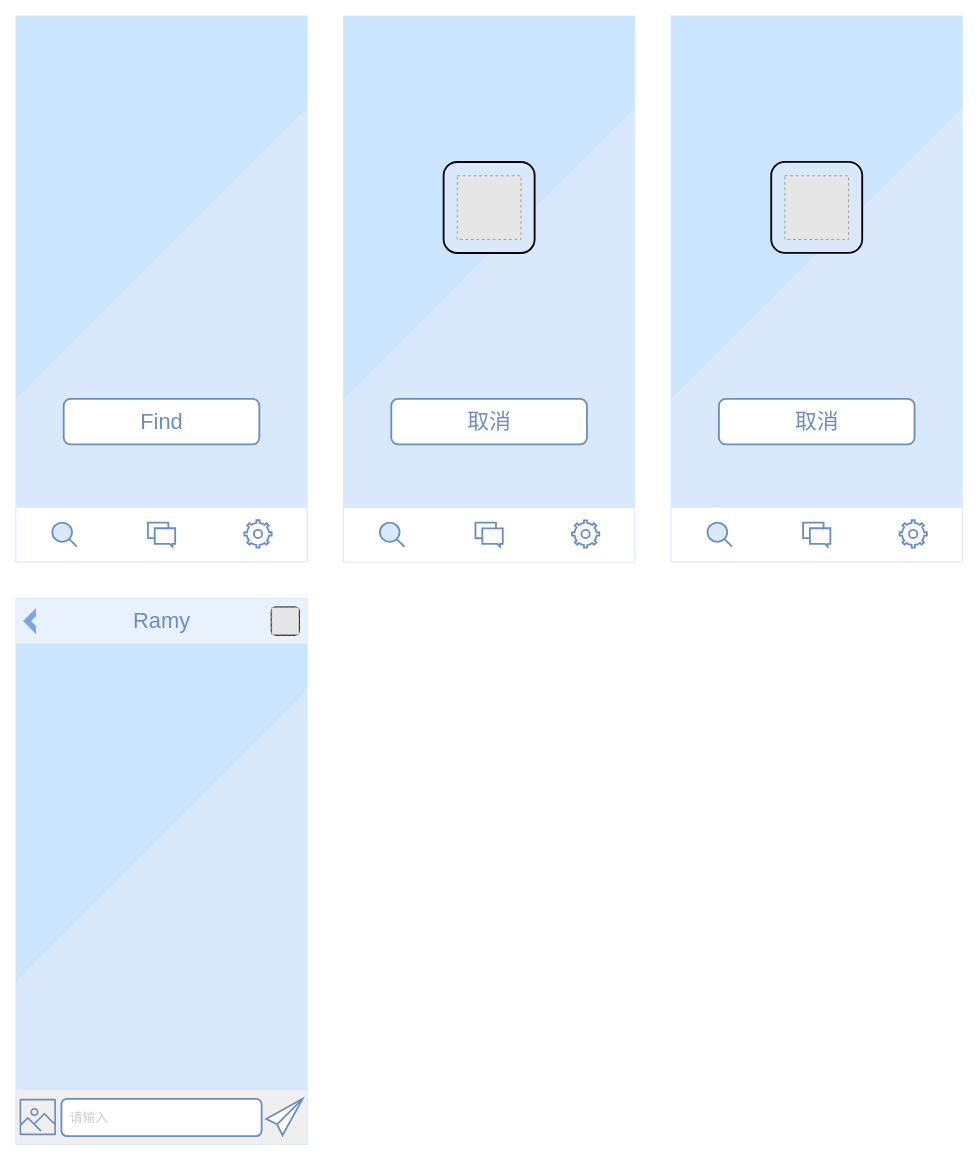
The draw.io diagram 未命名绘图.drawio in SikyChen/diagrams, before the edit. Source tidied: cells renumbered, new cells numbered last; positions are measured from the earlier drawing's top-left corner, leaving out a move shared by most shapes. Both pictures are drawn from the tidied source at 91%, with x=0, y=0 at pixel (15, 15). Pictures stored in the file or linked from it are replaced by grey dashed boxes.
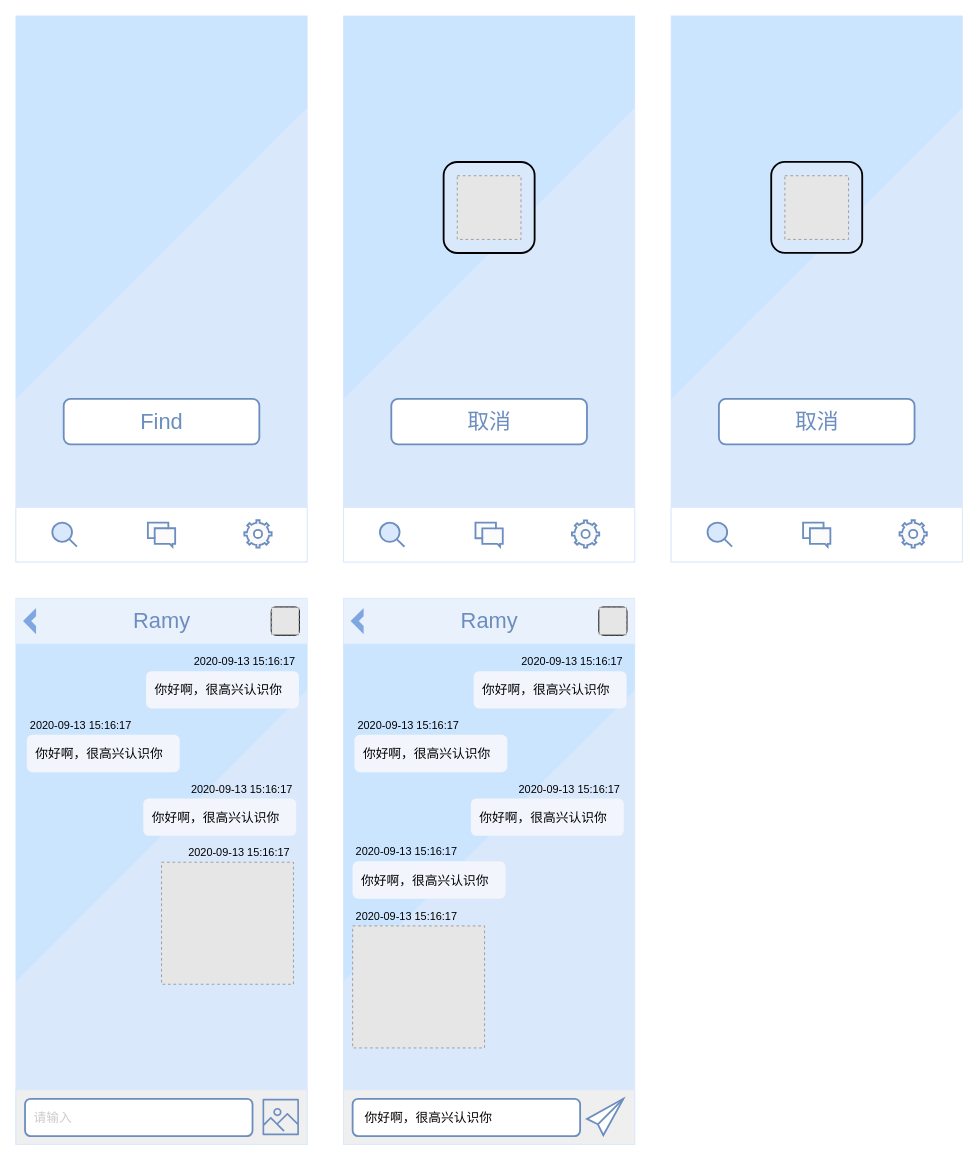
The same page after the edit.

Commit message:
更新未命名绘图.drawio

Diff of the diagram source:
```diff
@@
-    <mxCell id="36" style="sketch=0;fontColor=#232F3E;gradientColor=none;fillColor=#6C8EBF;strokeColor=none;dashed=0;verticalLabelPosition=bottom;verticalAlign=top;align=center;html=1;fontSize=12;fontStyle=0;shape=mxgraph.aws4.container_registry_image;rounded=0;" parent="1" vertex="1">
-      <mxGeometry x="4" y="1190" width="40" height="40" as="geometry" />
-    </mxCell>
     <mxCell id="37" value="&amp;nbsp; 请输入" style="rounded=1;whiteSpace=wrap;html=1;sketch=0;fontSize=14;fontColor=#CCCCCC;strokeColor=#6C8EBF;strokeWidth=2;fillColor=#ffffff;gradientColor=none;align=left;" parent="1" vertex="1">
-      <mxGeometry x="50" y="1190" width="220" height="41" as="geometry" />
+      <mxGeometry x="10" y="1190" width="250" height="41" as="geometry" />
     </mxCell>
-    <mxCell id="38" style="html=1;verticalLabelPosition=bottom;align=center;labelBackgroundColor=#ffffff;verticalAlign=top;strokeWidth=2;strokeColor=#6C8EBF;shadow=0;dashed=0;shape=mxgraph.ios7.icons.pointer;rounded=0;sketch=0;fontSize=24;fontColor=#6C8EBF;fillColor=#ffffff;gradientColor=none;" parent="1" vertex="1">
-      <mxGeometry x="275" y="1190" width="40" height="40" as="geometry" />
-    </mxCell>
+    <mxCell id="39" style="rounded=0;whiteSpace=wrap;html=1;strokeColor=#DAE8FC;fillColor=#DAE8FC;" parent="1" vertex="1">
+      <mxGeometry x="360" y="640" width="320" height="600" as="geometry" />
+    </mxCell>
+    <mxCell id="40" style="shape=card;whiteSpace=wrap;html=1;rounded=0;sketch=0;fontSize=24;fontColor=#A6ABBF;strokeColor=none;strokeWidth=2;fillColor=#CCE5FF;gradientColor=none;rotation=-180;size=340;" parent="1" vertex="1">
+      <mxGeometry x="360" y="640.1" width="320" height="420.9" as="geometry" />
+    </mxCell>
+    <mxCell id="41" style="rounded=0;whiteSpace=wrap;html=1;fontSize=16;strokeColor=#DAE8FC;fillColor=#efefef;" parent="1" vertex="1">
+      <mxGeometry x="360" y="1180" width="320" height="60" as="geometry" />
+    </mxCell>
+    <mxCell id="42" style="rounded=0;whiteSpace=wrap;html=1;sketch=0;fontSize=24;fontColor=#A6ABBF;strokeColor=none;strokeWidth=0;fillColor=#E8F1FC;gradientColor=none;" parent="1" vertex="1">
+      <mxGeometry x="360" y="640.1" width="320" height="49.9" as="geometry" />
+    </mxCell>
+    <mxCell id="43" value="&lt;font color=&quot;#6c8ebf&quot;&gt;Ramy&lt;/font&gt;" style="text;html=1;align=center;verticalAlign=middle;strokeColor=none;fillColor=none;fontSize=24;fontColor=#A6ABBF;" parent="1" vertex="1">
+      <mxGeometry x="475" y="645" width="90" height="40" as="geometry" />
+    </mxCell>
+    <mxCell id="44" style="verticalLabelPosition=bottom;verticalAlign=top;html=1;shape=mxgraph.basic.frame_corner;dx=6.24;rounded=0;sketch=0;fontSize=24;fontColor=#6C8EBF;strokeColor=#6C8EBF;strokeWidth=0;fillColor=#7EA6E0;gradientColor=none;rotation=-135;direction=south;" parent="1" vertex="1">
+      <mxGeometry x="372" y="655" width="20" height="20" as="geometry" />
+    </mxCell>
+    <mxCell id="45" style="group;" parent="1" vertex="1">
+      <mxGeometry x="641" y="650" width="30" height="30" as="geometry" />
+    </mxCell>
+    <mxCell id="46" style="rounded=1;whiteSpace=wrap;html=1;sketch=0;fontSize=24;fontColor=#A6ABBF;strokeColor=default;strokeWidth=2;fillColor=#DAE8FC;gradientColor=none;" parent="45" vertex="1">
+      <mxGeometry width="30" height="30" as="geometry" />
+    </mxCell>
+    <mxCell id="47" style="fillColor=#E6E6E6;strokeColor=#999999;dashed=1;html=1;verticalAlign=top;verticalLabelPosition=bottom;labelBackgroundColor=#ffffff;fontSize=24;fontColor=#A6ABBF;" parent="45" vertex="1">
+      <mxGeometry width="30" height="30" as="geometry" />
+    </mxCell>
+    <mxCell id="48" value="&amp;nbsp; &amp;nbsp;你好啊，很高兴认识你" style="rounded=1;whiteSpace=wrap;html=1;sketch=0;fontSize=14;fontColor=#000000;strokeColor=#6C8EBF;strokeWidth=2;fillColor=#ffffff;gradientColor=none;align=left;" parent="1" vertex="1">
+      <mxGeometry x="370" y="1190" width="250" height="41" as="geometry" />
+    </mxCell>
+    <mxCell id="49" style="html=1;verticalLabelPosition=bottom;align=center;labelBackgroundColor=#ffffff;verticalAlign=top;strokeWidth=2;strokeColor=#6C8EBF;shadow=0;dashed=0;shape=mxgraph.ios7.icons.pointer;rounded=0;sketch=0;fontSize=24;fontColor=#6C8EBF;fillColor=#ffffff;gradientColor=none;" parent="1" vertex="1">
+      <mxGeometry x="627.5" y="1190" width="40" height="40" as="geometry" />
+    </mxCell>
+    <mxCell id="50" style="sketch=0;fontColor=#232F3E;gradientColor=none;fillColor=#6C8EBF;strokeColor=none;dashed=0;verticalLabelPosition=bottom;verticalAlign=top;align=center;html=1;fontSize=12;fontStyle=0;shape=mxgraph.aws4.container_registry_image;rounded=0;" parent="1" vertex="1">
+      <mxGeometry x="271" y="1190" width="40" height="40" as="geometry" />
+    </mxCell>
+    <mxCell id="51" style="group;" parent="1" vertex="1">
+      <mxGeometry x="143" y="700" width="168" height="61" as="geometry" />
+    </mxCell>
+    <mxCell id="52" value="&amp;nbsp; 你好啊，很高兴认识你" style="rounded=1;whiteSpace=wrap;html=1;sketch=0;fontSize=14;fontColor=#000000;strokeColor=none;strokeWidth=1;fillColor=#F2F6FC;gradientColor=none;align=left;" parent="51" vertex="1">
+      <mxGeometry y="20" width="168" height="41" as="geometry" />
+    </mxCell>
+    <mxCell id="53" value="2020-09-13 15:16:17" style="text;html=1;strokeColor=none;fillColor=none;align=center;verticalAlign=middle;whiteSpace=wrap;rounded=0;strokeWidth=1;fontColor=#000000;" parent="51" vertex="1">
+      <mxGeometry x="49" width="119" height="20" as="geometry" />
+    </mxCell>
+    <mxCell id="54" style="group;" parent="1" vertex="1">
+      <mxGeometry x="12" y="770" width="168" height="61" as="geometry" />
+    </mxCell>
+    <mxCell id="55" value="&amp;nbsp; 你好啊，很高兴认识你" style="rounded=1;whiteSpace=wrap;html=1;sketch=0;fontSize=14;fontColor=#000000;strokeColor=none;strokeWidth=1;fillColor=#F2F6FC;gradientColor=none;align=left;" parent="54" vertex="1">
+      <mxGeometry y="20" width="168" height="41" as="geometry" />
+    </mxCell>
+    <mxCell id="56" value="2020-09-13 15:16:17" style="text;html=1;strokeColor=none;fillColor=none;align=center;verticalAlign=middle;whiteSpace=wrap;rounded=0;strokeWidth=1;fontColor=#000000;" parent="54" vertex="1">
+      <mxGeometry width="119" height="20" as="geometry" />
+    </mxCell>
+    <mxCell id="57" style="group;" parent="1" vertex="1">
+      <mxGeometry x="140" y="840" width="168" height="61" as="geometry" />
+    </mxCell>
+    <mxCell id="58" value="&amp;nbsp; 你好啊，很高兴认识你" style="rounded=1;whiteSpace=wrap;html=1;sketch=0;fontSize=14;fontColor=#000000;strokeColor=none;strokeWidth=1;fillColor=#F2F6FC;gradientColor=none;align=left;" parent="57" vertex="1">
+      <mxGeometry y="20" width="168" height="41" as="geometry" />
+    </mxCell>
+    <mxCell id="59" value="2020-09-13 15:16:17" style="text;html=1;strokeColor=none;fillColor=none;align=center;verticalAlign=middle;whiteSpace=wrap;rounded=0;strokeWidth=1;fontColor=#000000;" parent="57" vertex="1">
+      <mxGeometry x="49" width="119" height="20" as="geometry" />
+    </mxCell>
+    <mxCell id="60" style="group;" parent="1" vertex="1">
+      <mxGeometry x="503" y="700" width="168" height="61" as="geometry" />
+    </mxCell>
+    <mxCell id="61" value="&amp;nbsp; 你好啊，很高兴认识你" style="rounded=1;whiteSpace=wrap;html=1;sketch=0;fontSize=14;fontColor=#000000;strokeColor=none;strokeWidth=1;fillColor=#F2F6FC;gradientColor=none;align=left;" parent="60" vertex="1">
+      <mxGeometry y="20" width="168" height="41" as="geometry" />
+    </mxCell>
+    <mxCell id="62" value="2020-09-13 15:16:17" style="text;html=1;strokeColor=none;fillColor=none;align=center;verticalAlign=middle;whiteSpace=wrap;rounded=0;strokeWidth=1;fontColor=#000000;" parent="60" vertex="1">
+      <mxGeometry x="49" width="119" height="20" as="geometry" />
+    </mxCell>
+    <mxCell id="63" style="group;" parent="1" vertex="1">
+      <mxGeometry x="372" y="770" width="168" height="61" as="geometry" />
+    </mxCell>
+    <mxCell id="64" value="&amp;nbsp; 你好啊，很高兴认识你" style="rounded=1;whiteSpace=wrap;html=1;sketch=0;fontSize=14;fontColor=#000000;strokeColor=none;strokeWidth=1;fillColor=#F2F6FC;gradientColor=none;align=left;" parent="63" vertex="1">
+      <mxGeometry y="20" width="168" height="41" as="geometry" />
+    </mxCell>
+    <mxCell id="65" value="2020-09-13 15:16:17" style="text;html=1;strokeColor=none;fillColor=none;align=center;verticalAlign=middle;whiteSpace=wrap;rounded=0;strokeWidth=1;fontColor=#000000;" parent="63" vertex="1">
+      <mxGeometry width="119" height="20" as="geometry" />
+    </mxCell>
+    <mxCell id="66" style="group;" parent="1" vertex="1">
+      <mxGeometry x="500" y="840" width="168" height="61" as="geometry" />
+    </mxCell>
+    <mxCell id="67" value="&amp;nbsp; 你好啊，很高兴认识你" style="rounded=1;whiteSpace=wrap;html=1;sketch=0;fontSize=14;fontColor=#000000;strokeColor=none;strokeWidth=1;fillColor=#F2F6FC;gradientColor=none;align=left;" parent="66" vertex="1">
+      <mxGeometry y="20" width="168" height="41" as="geometry" />
+    </mxCell>
+    <mxCell id="68" value="2020-09-13 15:16:17" style="text;html=1;strokeColor=none;fillColor=none;align=center;verticalAlign=middle;whiteSpace=wrap;rounded=0;strokeWidth=1;fontColor=#000000;" parent="66" vertex="1">
+      <mxGeometry x="49" width="119" height="20" as="geometry" />
+    </mxCell>
+    <mxCell id="69" style="group;" parent="1" vertex="1">
+      <mxGeometry x="160" y="910" width="145.1" height="154.1" as="geometry" />
+    </mxCell>
+    <mxCell id="70" style="fillColor=#E6E6E6;strokeColor=#999999;dashed=1;verticalLabelPosition=bottom;labelBackgroundColor=default;verticalAlign=top;" parent="69" vertex="1">
+      <mxGeometry y="20" width="145" height="134.1" as="geometry" />
+    </mxCell>
+    <mxCell id="71" value="2020-09-13 15:16:17" style="text;html=1;strokeColor=none;fillColor=none;align=center;verticalAlign=middle;whiteSpace=wrap;rounded=0;strokeWidth=1;fontColor=#000000;" parent="69" vertex="1">
+      <mxGeometry x="26.1" width="119" height="20" as="geometry" />
+    </mxCell>
+    <mxCell id="72" style="group;" parent="1" vertex="1">
+      <mxGeometry x="370" y="980" width="145" height="154.1" as="geometry" />
+    </mxCell>
+    <mxCell id="73" style="fillColor=#E6E6E6;strokeColor=#999999;dashed=1;verticalLabelPosition=bottom;labelBackgroundColor=default;verticalAlign=top;" parent="72" vertex="1">
+      <mxGeometry y="20" width="145" height="134.1" as="geometry" />
+    </mxCell>
+    <mxCell id="74" value="2020-09-13 15:16:17" style="text;html=1;strokeColor=none;fillColor=none;align=center;verticalAlign=middle;whiteSpace=wrap;rounded=0;strokeWidth=1;fontColor=#000000;" parent="72" vertex="1">
+      <mxGeometry width="119" height="20" as="geometry" />
+    </mxCell>
+    <mxCell id="75" style="group;" parent="1" vertex="1">
+      <mxGeometry x="370" y="909" width="168" height="61" as="geometry" />
+    </mxCell>
+    <mxCell id="76" value="&amp;nbsp; 你好啊，很高兴认识你" style="rounded=1;whiteSpace=wrap;html=1;sketch=0;fontSize=14;fontColor=#000000;strokeColor=none;strokeWidth=1;fillColor=#F2F6FC;gradientColor=none;align=left;" parent="75" vertex="1">
+      <mxGeometry y="20" width="168" height="41" as="geometry" />
+    </mxCell>
+    <mxCell id="77" value="2020-09-13 15:16:17" style="text;html=1;strokeColor=none;fillColor=none;align=center;verticalAlign=middle;whiteSpace=wrap;rounded=0;strokeWidth=1;fontColor=#000000;" parent="75" vertex="1">
+      <mxGeometry width="119" height="20" as="geometry" />
+    </mxCell>
```
